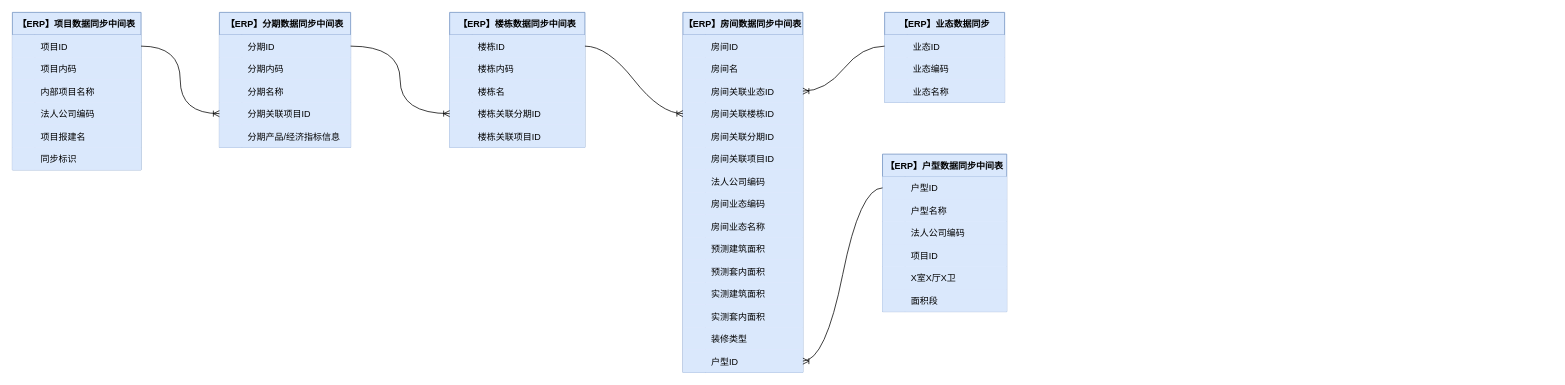
This is 项目中心.drawio from juesuchen/diagrams, a draw.io file, before an edit. Source tidied: cells renumbered, new cells numbered last; positions are measured from the earlier drawing's top-left corner, leaving out a move shared by most shapes. Both pictures are drawn from the tidied source at 75%, with x=0, y=0 at pixel (12, 12).
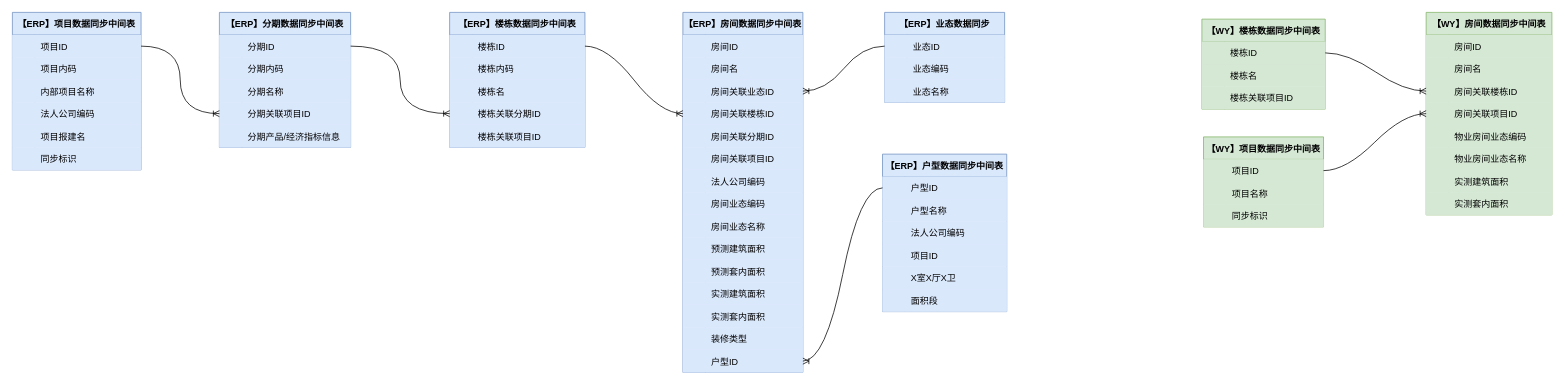
The same page after the edit.

Commit message:
更新项目中心.drawio

Diff of the diagram source:
```diff
@@
+    <mxCell id="133" value="【WY】项目数据同步中间表" style="shape=table;startSize=30;childLayout=tableLayout;rowLines=0;fontStyle=1;align=center;fillColor=#d5e8d4;strokeColor=#82b366;" parent="1" vertex="1">
+      <mxGeometry x="1588.2" y="166" width="160" height="120" as="geometry" />
+    </mxCell>
+    <mxCell id="134" style="shape=tableRow;horizontal=0;startSize=0;swimlaneHead=0;swimlaneBody=0;fillColor=#d5e8d4;points=[[0,0.5],[1,0.5]];portConstraint=eastwest;strokeColor=#82b366;top=0;left=0;right=0;bottom=0;" parent="133" vertex="1">
+      <mxGeometry y="30" width="160" height="30" as="geometry" />
+    </mxCell>
+    <mxCell id="135" style="shape=partialRectangle;overflow=hidden;fillColor=#d5e8d4;strokeColor=#82b366;top=0;left=0;bottom=0;right=0;" parent="134" vertex="1">
+      <mxGeometry width="30" height="30" as="geometry" />
+    </mxCell>
+    <mxCell id="136" value="项目ID" style="shape=partialRectangle;overflow=hidden;fillColor=#d5e8d4;align=left;strokeColor=#82b366;top=0;left=0;bottom=0;right=0;spacingLeft=6;" parent="134" vertex="1">
+      <mxGeometry x="30" width="130" height="30" as="geometry" />
+    </mxCell>
+    <mxCell id="137" style="shape=tableRow;horizontal=0;startSize=0;swimlaneHead=0;swimlaneBody=0;fillColor=#d5e8d4;strokeColor=#82b366;top=0;left=0;right=0;bottom=0;" parent="133" vertex="1">
+      <mxGeometry y="60" width="160" height="30" as="geometry" />
+    </mxCell>
+    <mxCell id="138" style="shape=partialRectangle;overflow=hidden;fillColor=#d5e8d4;strokeColor=#82b366;top=0;left=0;bottom=0;right=0;" parent="137" vertex="1">
+      <mxGeometry width="30" height="30" as="geometry" />
+    </mxCell>
+    <mxCell id="139" value="项目名称" style="shape=partialRectangle;overflow=hidden;fillColor=#d5e8d4;align=left;strokeColor=#82b366;top=0;left=0;bottom=0;right=0;spacingLeft=6;" parent="137" vertex="1">
+      <mxGeometry x="30" width="130" height="30" as="geometry" />
+    </mxCell>
+    <mxCell id="140" style="shape=tableRow;horizontal=0;startSize=0;swimlaneHead=0;swimlaneBody=0;fillColor=#d5e8d4;strokeColor=#82b366;top=0;left=0;right=0;bottom=0;" parent="133" vertex="1">
+      <mxGeometry y="90" width="160" height="30" as="geometry" />
+    </mxCell>
+    <mxCell id="141" style="shape=partialRectangle;overflow=hidden;fillColor=#d5e8d4;strokeColor=#82b366;top=0;left=0;bottom=0;right=0;" parent="140" vertex="1">
+      <mxGeometry width="30" height="30" as="geometry" />
+    </mxCell>
+    <mxCell id="142" value="同步标识" style="shape=partialRectangle;overflow=hidden;fillColor=#d5e8d4;align=left;strokeColor=#82b366;top=0;left=0;bottom=0;right=0;spacingLeft=6;" parent="140" vertex="1">
+      <mxGeometry x="30" width="130" height="30" as="geometry" />
+    </mxCell>
+    <mxCell id="143" value="【WY】楼栋数据同步中间表" style="shape=table;startSize=30;childLayout=tableLayout;rowLines=0;fontStyle=1;align=center;fillColor=#d5e8d4;strokeColor=#82b366;" parent="1" vertex="1">
+      <mxGeometry x="1586" y="9" width="164.5" height="120" as="geometry" />
+    </mxCell>
+    <mxCell id="144" style="shape=tableRow;horizontal=0;startSize=0;swimlaneHead=0;swimlaneBody=0;fillColor=#d5e8d4;points=[[0,0.5],[1,0.5]];portConstraint=eastwest;strokeColor=#82b366;top=0;left=0;right=0;bottom=0;" parent="143" vertex="1">
+      <mxGeometry y="30" width="164.5" height="30" as="geometry" />
+    </mxCell>
+    <mxCell id="145" style="shape=partialRectangle;overflow=hidden;fillColor=#d5e8d4;strokeColor=#82b366;top=0;left=0;bottom=0;right=0;" parent="144" vertex="1">
+      <mxGeometry width="30" height="30" as="geometry" />
+    </mxCell>
+    <mxCell id="146" value="楼栋ID" style="shape=partialRectangle;overflow=hidden;fillColor=#d5e8d4;align=left;strokeColor=#82b366;top=0;left=0;bottom=0;right=0;spacingLeft=6;" parent="144" vertex="1">
+      <mxGeometry x="30" width="134.5" height="30" as="geometry" />
+    </mxCell>
+    <mxCell id="147" style="shape=tableRow;horizontal=0;startSize=0;swimlaneHead=0;swimlaneBody=0;fillColor=#d5e8d4;strokeColor=#82b366;top=0;left=0;right=0;bottom=0;" parent="143" vertex="1">
+      <mxGeometry y="60" width="164.5" height="30" as="geometry" />
+    </mxCell>
+    <mxCell id="148" style="shape=partialRectangle;overflow=hidden;fillColor=#d5e8d4;strokeColor=#82b366;top=0;left=0;bottom=0;right=0;" parent="147" vertex="1">
+      <mxGeometry width="30" height="30" as="geometry" />
+    </mxCell>
+    <mxCell id="149" value="楼栋名" style="shape=partialRectangle;overflow=hidden;fillColor=#d5e8d4;align=left;strokeColor=#82b366;top=0;left=0;bottom=0;right=0;spacingLeft=6;" parent="147" vertex="1">
+      <mxGeometry x="30" width="134.5" height="30" as="geometry" />
+    </mxCell>
+    <mxCell id="150" style="shape=tableRow;horizontal=0;startSize=0;swimlaneHead=0;swimlaneBody=0;fillColor=#d5e8d4;strokeColor=#82b366;top=0;left=0;right=0;bottom=0;" parent="143" vertex="1">
+      <mxGeometry y="90" width="164.5" height="30" as="geometry" />
+    </mxCell>
+    <mxCell id="151" style="shape=partialRectangle;overflow=hidden;fillColor=#d5e8d4;strokeColor=#82b366;top=0;left=0;bottom=0;right=0;" parent="150" vertex="1">
+      <mxGeometry width="30" height="30" as="geometry" />
+    </mxCell>
+    <mxCell id="152" value="楼栋关联项目ID" style="shape=partialRectangle;overflow=hidden;fillColor=#d5e8d4;align=left;strokeColor=#82b366;top=0;left=0;bottom=0;right=0;spacingLeft=6;" parent="150" vertex="1">
+      <mxGeometry x="30" width="134.5" height="30" as="geometry" />
+    </mxCell>
+    <mxCell id="153" value="【WY】房间数据同步中间表" style="shape=table;startSize=30;childLayout=tableLayout;rowLines=0;fontStyle=1;align=center;fillColor=#d5e8d4;strokeColor=#82b366;" parent="1" vertex="1">
+      <mxGeometry x="1885" width="167.7" height="270" as="geometry" />
+    </mxCell>
+    <mxCell id="154" style="shape=tableRow;horizontal=0;startSize=0;swimlaneHead=0;swimlaneBody=0;fillColor=#d5e8d4;strokeColor=#82b366;top=0;left=0;right=0;bottom=0;" parent="153" vertex="1">
+      <mxGeometry y="30" width="167.7" height="30" as="geometry" />
+    </mxCell>
+    <mxCell id="155" style="shape=partialRectangle;overflow=hidden;fillColor=#d5e8d4;strokeColor=#82b366;top=0;left=0;bottom=0;right=0;" parent="154" vertex="1">
+      <mxGeometry width="30" height="30" as="geometry" />
+    </mxCell>
+    <mxCell id="156" value="房间ID" style="shape=partialRectangle;overflow=hidden;fillColor=#d5e8d4;align=left;strokeColor=#82b366;top=0;left=0;bottom=0;right=0;spacingLeft=6;" parent="154" vertex="1">
+      <mxGeometry x="30" width="137.7" height="30" as="geometry" />
+    </mxCell>
+    <mxCell id="157" style="shape=tableRow;horizontal=0;startSize=0;swimlaneHead=0;swimlaneBody=0;fillColor=#d5e8d4;strokeColor=#82b366;top=0;left=0;right=0;bottom=0;" parent="153" vertex="1">
+      <mxGeometry y="60" width="167.7" height="30" as="geometry" />
+    </mxCell>
+    <mxCell id="158" style="shape=partialRectangle;overflow=hidden;fillColor=#d5e8d4;strokeColor=#82b366;top=0;left=0;bottom=0;right=0;" parent="157" vertex="1">
+      <mxGeometry width="30" height="30" as="geometry" />
+    </mxCell>
+    <mxCell id="159" value="房间名" style="shape=partialRectangle;overflow=hidden;fillColor=#d5e8d4;align=left;strokeColor=#82b366;top=0;left=0;bottom=0;right=0;spacingLeft=6;" parent="157" vertex="1">
+      <mxGeometry x="30" width="137.7" height="30" as="geometry" />
+    </mxCell>
+    <mxCell id="160" style="shape=tableRow;horizontal=0;startSize=0;swimlaneHead=0;swimlaneBody=0;fillColor=#d5e8d4;points=[[0,0.5],[1,0.5]];portConstraint=eastwest;strokeColor=#82b366;top=0;left=0;right=0;bottom=0;" parent="153" vertex="1">
+      <mxGeometry y="90" width="167.7" height="30" as="geometry" />
+    </mxCell>
+    <mxCell id="161" style="shape=partialRectangle;overflow=hidden;fillColor=#d5e8d4;strokeColor=#82b366;top=0;left=0;bottom=0;right=0;" parent="160" vertex="1">
+      <mxGeometry width="30" height="30" as="geometry" />
+    </mxCell>
+    <mxCell id="162" value="房间关联楼栋ID" style="shape=partialRectangle;overflow=hidden;fillColor=#d5e8d4;align=left;strokeColor=#82b366;top=0;left=0;bottom=0;right=0;spacingLeft=6;" parent="160" vertex="1">
+      <mxGeometry x="30" width="137.7" height="30" as="geometry" />
+    </mxCell>
+    <mxCell id="163" style="shape=tableRow;horizontal=0;startSize=0;swimlaneHead=0;swimlaneBody=0;fillColor=#d5e8d4;points=[[0,0.5],[1,0.5]];portConstraint=eastwest;strokeColor=#82b366;top=0;left=0;right=0;bottom=0;" parent="153" vertex="1">
+      <mxGeometry y="120" width="167.7" height="30" as="geometry" />
+    </mxCell>
+    <mxCell id="164" style="shape=partialRectangle;overflow=hidden;fillColor=#d5e8d4;strokeColor=#82b366;top=0;left=0;bottom=0;right=0;" parent="163" vertex="1">
+      <mxGeometry width="30" height="30" as="geometry" />
+    </mxCell>
+    <mxCell id="165" value="房间关联项目ID" style="shape=partialRectangle;overflow=hidden;fillColor=#d5e8d4;align=left;strokeColor=#82b366;top=0;left=0;bottom=0;right=0;spacingLeft=6;" parent="163" vertex="1">
+      <mxGeometry x="30" width="137.7" height="30" as="geometry" />
+    </mxCell>
+    <mxCell id="166" style="shape=tableRow;horizontal=0;startSize=0;swimlaneHead=0;swimlaneBody=0;fillColor=#d5e8d4;strokeColor=#82b366;top=0;left=0;right=0;bottom=0;" parent="153" vertex="1">
+      <mxGeometry y="150" width="167.7" height="30" as="geometry" />
+    </mxCell>
+    <mxCell id="167" style="shape=partialRectangle;overflow=hidden;fillColor=#d5e8d4;strokeColor=#82b366;top=0;left=0;bottom=0;right=0;" parent="166" vertex="1">
+      <mxGeometry width="30" height="30" as="geometry" />
+    </mxCell>
+    <mxCell id="168" value="物业房间业态编码" style="shape=partialRectangle;overflow=hidden;fillColor=#d5e8d4;align=left;strokeColor=#82b366;top=0;left=0;bottom=0;right=0;spacingLeft=6;" parent="166" vertex="1">
+      <mxGeometry x="30" width="137.7" height="30" as="geometry" />
+    </mxCell>
+    <mxCell id="169" style="shape=tableRow;horizontal=0;startSize=0;swimlaneHead=0;swimlaneBody=0;fillColor=#d5e8d4;strokeColor=#82b366;top=0;left=0;right=0;bottom=0;" parent="153" vertex="1">
+      <mxGeometry y="180" width="167.7" height="30" as="geometry" />
+    </mxCell>
+    <mxCell id="170" style="shape=partialRectangle;overflow=hidden;fillColor=#d5e8d4;strokeColor=#82b366;top=0;left=0;bottom=0;right=0;" parent="169" vertex="1">
+      <mxGeometry width="30" height="30" as="geometry" />
+    </mxCell>
+    <mxCell id="171" value="物业房间业态名称" style="shape=partialRectangle;overflow=hidden;fillColor=#d5e8d4;align=left;strokeColor=#82b366;top=0;left=0;bottom=0;right=0;spacingLeft=6;" parent="169" vertex="1">
+      <mxGeometry x="30" width="137.7" height="30" as="geometry" />
+    </mxCell>
+    <mxCell id="172" style="shape=tableRow;horizontal=0;startSize=0;swimlaneHead=0;swimlaneBody=0;fillColor=#d5e8d4;strokeColor=#82b366;top=0;left=0;right=0;bottom=0;" parent="153" vertex="1">
+      <mxGeometry y="210" width="167.7" height="30" as="geometry" />
+    </mxCell>
+    <mxCell id="173" style="shape=partialRectangle;overflow=hidden;fillColor=#d5e8d4;strokeColor=#82b366;top=0;left=0;bottom=0;right=0;" parent="172" vertex="1">
+      <mxGeometry width="30" height="30" as="geometry" />
+    </mxCell>
+    <mxCell id="174" value="实测建筑面积" style="shape=partialRectangle;overflow=hidden;fillColor=#d5e8d4;align=left;strokeColor=#82b366;top=0;left=0;bottom=0;right=0;spacingLeft=6;" parent="172" vertex="1">
+      <mxGeometry x="30" width="137.7" height="30" as="geometry" />
+    </mxCell>
+    <mxCell id="175" style="shape=tableRow;horizontal=0;startSize=0;swimlaneHead=0;swimlaneBody=0;fillColor=#d5e8d4;strokeColor=#82b366;top=0;left=0;right=0;bottom=0;" parent="153" vertex="1">
+      <mxGeometry y="240" width="167.7" height="30" as="geometry" />
+    </mxCell>
+    <mxCell id="176" style="shape=partialRectangle;overflow=hidden;fillColor=#d5e8d4;strokeColor=#82b366;top=0;left=0;bottom=0;right=0;" parent="175" vertex="1">
+      <mxGeometry width="30" height="30" as="geometry" />
+    </mxCell>
+    <mxCell id="177" value="实测套内面积" style="shape=partialRectangle;overflow=hidden;fillColor=#d5e8d4;align=left;strokeColor=#82b366;top=0;left=0;bottom=0;right=0;spacingLeft=6;" parent="175" vertex="1">
+      <mxGeometry x="30" width="137.7" height="30" as="geometry" />
+    </mxCell>
+    <mxCell id="178" style="edgeStyle=entityRelationEdgeStyle;fontSize=12;html=1;endArrow=ERoneToMany;rounded=0;curved=1;" parent="1" edge="1" source="134" target="163">
+      <mxGeometry relative="1" as="geometry" />
+    </mxCell>
+    <mxCell id="179" style="edgeStyle=entityRelationEdgeStyle;fontSize=12;html=1;endArrow=ERoneToMany;rounded=0;curved=1;" parent="1" edge="1" source="144" target="160">
+      <mxGeometry relative="1" as="geometry" />
+    </mxCell>
```
